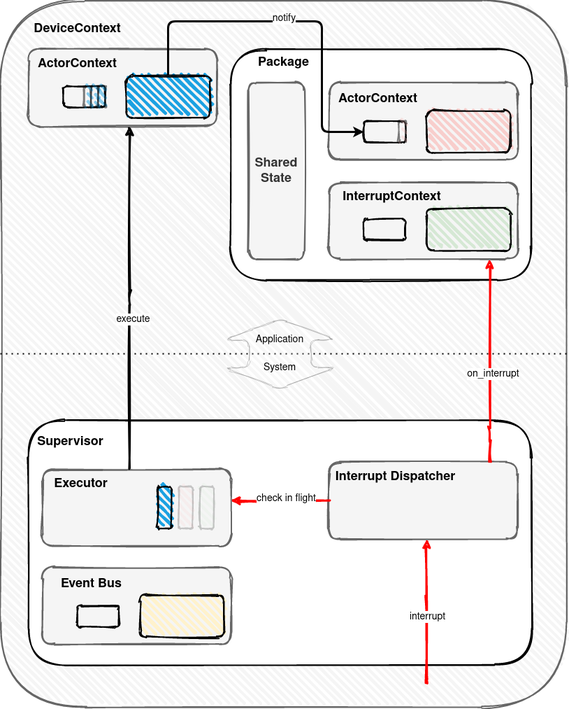
The draw.io diagram docs/modules/ROOT/images/drogue-device-actor-model.png in drogue-iot/drogue-device, before a commit. Source tidied: cells renumbered, new cells last; positions are measured from the earlier drawing's top-left corner, leaving out a move shared by most shapes.
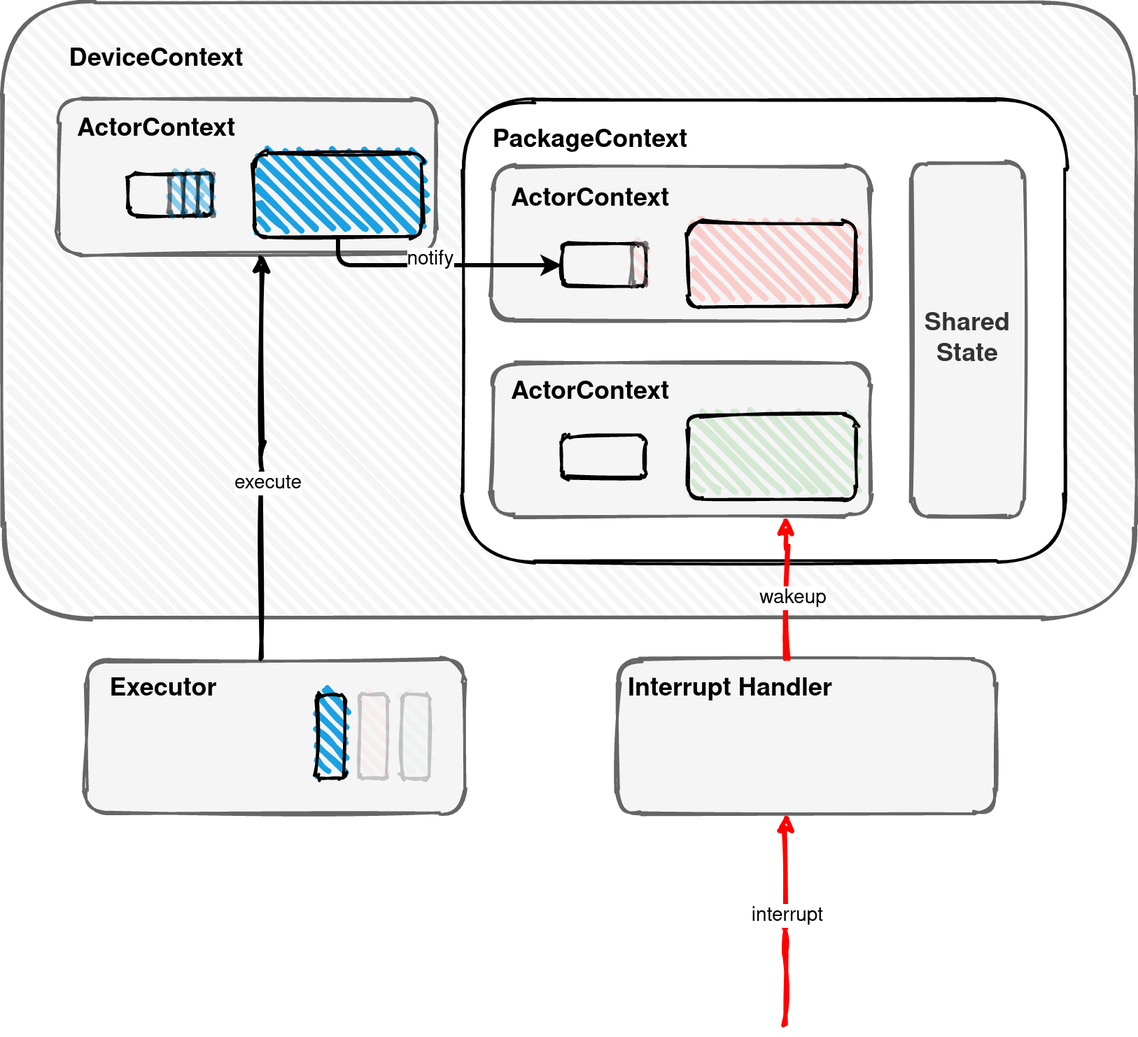
Later version of the same file.

What changed in the source:
```diff
@@ -3,13 +3,10 @@
     <mxCell id="0" />
     <mxCell id="1" parent="0" />
     <mxCell id="2" style="rounded=1;whiteSpace=wrap;html=1;strokeWidth=2;fillWeight=4;hachureGap=8;hachureAngle=45;sketch=1;shadow=0;glass=0;fillColor=#f5f5f5;strokeColor=#666666;fontColor=#333333;" parent="1" vertex="1">
-      <mxGeometry width="810" height="1010" as="geometry" />
+      <mxGeometry width="810" height="440" as="geometry" />
     </mxCell>
-    <mxCell id="3" style="rounded=1;whiteSpace=wrap;html=1;strokeWidth=2;fillWeight=4;hachureGap=8;hachureAngle=45;sketch=1;shadow=0;glass=0;" parent="1" vertex="1">
-      <mxGeometry x="40" y="600" width="720" height="350" as="geometry" />
-    </mxCell>
     <mxCell id="4" style="rounded=1;whiteSpace=wrap;html=1;strokeWidth=2;fillWeight=4;hachureGap=8;hachureAngle=45;sketch=1;shadow=0;glass=0;fillColor=#f5f5f5;strokeColor=#666666;fontColor=#333333;fillStyle=solid;" parent="1" vertex="1">
-      <mxGeometry x="60" y="670" width="270" height="110" as="geometry" />
+      <mxGeometry x="60" y="470" width="270" height="110" as="geometry" />
     </mxCell>
     <mxCell id="5" value="&lt;font style=&quot;font-size: 18px&quot;&gt;DeviceContext&lt;/font&gt;" style="text;strokeColor=none;fillColor=none;html=1;fontSize=24;fontStyle=1;verticalAlign=middle;align=center;" parent="1" vertex="1">
       <mxGeometry x="60" y="20" width="100" height="40" as="geometry" />
@@ -18,10 +15,10 @@
       <mxGeometry x="330" y="70" width="430" height="330" as="geometry" />
     </mxCell>
     <mxCell id="7" style="rounded=1;whiteSpace=wrap;html=1;strokeWidth=2;fillWeight=4;hachureGap=8;hachureAngle=45;sketch=1;shadow=0;glass=0;fillStyle=solid;fillColor=#f5f5f5;strokeColor=#666666;fontColor=#333333;" parent="1" vertex="1">
-      <mxGeometry x="470" y="117.5" width="270" height="110" as="geometry" />
+      <mxGeometry x="350" y="117.5" width="270" height="110" as="geometry" />
     </mxCell>
     <mxCell id="8" style="rounded=1;whiteSpace=wrap;html=1;strokeWidth=2;fillWeight=4;hachureGap=8;hachureAngle=45;sketch=1;shadow=0;glass=0;fillStyle=solid;fillColor=#f5f5f5;strokeColor=#666666;fontColor=#333333;" parent="1" vertex="1">
-      <mxGeometry x="470" y="260" width="270" height="110" as="geometry" />
+      <mxGeometry x="350" y="257.5" width="270" height="110" as="geometry" />
     </mxCell>
     <mxCell id="9" style="rounded=1;whiteSpace=wrap;html=1;strokeWidth=2;fillWeight=4;hachureGap=8;hachureAngle=45;sketch=1;shadow=0;glass=0;fillColor=#f5f5f5;strokeColor=#666666;fontColor=#333333;fillStyle=solid;" parent="1" vertex="1">
       <mxGeometry x="40" y="70" width="270" height="110" as="geometry" />
@@ -45,52 +42,49 @@
       <mxGeometry x="120" y="122.5" width="10" height="30" as="geometry" />
     </mxCell>
     <mxCell id="16" style="rounded=1;whiteSpace=wrap;html=1;strokeWidth=2;fillWeight=4;hachureGap=8;hachureAngle=45;fillColor=#d5e8d4;sketch=1;fillStyle=auto;" parent="1" vertex="1">
-      <mxGeometry x="610" y="297.5" width="120" height="60" as="geometry" />
+      <mxGeometry x="490" y="295" width="120" height="60" as="geometry" />
     </mxCell>
-    <mxCell id="17" value="&lt;font style=&quot;font-size: 18px&quot;&gt;InterruptContext&lt;/font&gt;" style="text;strokeColor=none;fillColor=none;html=1;fontSize=24;fontStyle=1;verticalAlign=middle;align=center;" parent="1" vertex="1">
-      <mxGeometry x="510" y="260" width="100" height="40" as="geometry" />
+    <mxCell id="17" value="&lt;font style=&quot;font-size: 18px&quot;&gt;ActorContext&lt;/font&gt;" style="text;strokeColor=none;fillColor=none;html=1;fontSize=24;fontStyle=1;verticalAlign=middle;align=center;" parent="1" vertex="1">
+      <mxGeometry x="370" y="257.5" width="100" height="40" as="geometry" />
     </mxCell>
     <mxCell id="18" style="rounded=1;whiteSpace=wrap;html=1;strokeWidth=2;fillWeight=4;hachureGap=8;hachureAngle=45;fillColor=#f8cecc;sketch=1;" parent="1" vertex="1">
-      <mxGeometry x="610" y="157.5" width="120" height="60" as="geometry" />
+      <mxGeometry x="490" y="157.5" width="120" height="60" as="geometry" />
     </mxCell>
     <mxCell id="19" value="&lt;font style=&quot;font-size: 18px&quot;&gt;ActorContext&lt;/font&gt;" style="text;strokeColor=none;fillColor=none;html=1;fontSize=24;fontStyle=1;verticalAlign=middle;align=center;" parent="1" vertex="1">
-      <mxGeometry x="490" y="120" width="100" height="40" as="geometry" />
+      <mxGeometry x="370" y="120" width="100" height="40" as="geometry" />
     </mxCell>
     <mxCell id="20" style="rounded=1;whiteSpace=wrap;html=1;strokeWidth=2;fillWeight=4;hachureGap=8;hachureAngle=45;sketch=1;fillColor=none;" parent="1" vertex="1">
-      <mxGeometry x="520" y="172.5" width="60" height="30" as="geometry" />
+      <mxGeometry x="400" y="172.5" width="60" height="30" as="geometry" />
     </mxCell>
     <mxCell id="21" style="rounded=1;whiteSpace=wrap;html=1;strokeWidth=2;fillWeight=4;hachureGap=8;hachureAngle=45;sketch=1;fillColor=#f8cecc;opacity=50;" parent="1" vertex="1">
-      <mxGeometry x="570" y="172.5" width="10" height="30" as="geometry" />
+      <mxGeometry x="450" y="172.5" width="10" height="30" as="geometry" />
     </mxCell>
     <mxCell id="22" style="rounded=1;whiteSpace=wrap;html=1;strokeWidth=2;fillWeight=4;hachureGap=8;hachureAngle=45;sketch=1;fillColor=none;" parent="1" vertex="1">
-      <mxGeometry x="520" y="312.5" width="60" height="30" as="geometry" />
+      <mxGeometry x="400" y="310" width="60" height="30" as="geometry" />
     </mxCell>
-    <mxCell id="23" value="&lt;font style=&quot;font-size: 18px&quot;&gt;Package&lt;/font&gt;" style="text;strokeColor=none;fillColor=none;html=1;fontSize=24;fontStyle=1;verticalAlign=middle;align=center;" parent="1" vertex="1">
-      <mxGeometry x="355" y="67.5" width="100" height="40" as="geometry" />
+    <mxCell id="23" value="&lt;font style=&quot;font-size: 18px&quot;&gt;PackageContext&lt;/font&gt;" style="text;strokeColor=none;fillColor=none;html=1;fontSize=24;fontStyle=1;verticalAlign=middle;align=center;" parent="1" vertex="1">
+      <mxGeometry x="370" y="77.5" width="100" height="40" as="geometry" />
     </mxCell>
     <mxCell id="24" value="&lt;div&gt;&lt;font style=&quot;font-size: 18px&quot;&gt;&lt;b&gt;Shared&lt;/b&gt;&lt;/font&gt;&lt;/div&gt;&lt;div&gt;&lt;font style=&quot;font-size: 18px&quot;&gt;&lt;b&gt;State&lt;/b&gt;&lt;/font&gt;&lt;/div&gt;" style="rounded=1;whiteSpace=wrap;html=1;strokeWidth=2;fillWeight=4;hachureGap=8;hachureAngle=45;sketch=1;shadow=0;glass=0;fillStyle=solid;fillColor=#f5f5f5;strokeColor=#666666;fontColor=#333333;" parent="1" vertex="1">
-      <mxGeometry x="355" y="117.5" width="80" height="252.5" as="geometry" />
+      <mxGeometry x="650" y="115" width="80" height="252.5" as="geometry" />
     </mxCell>
-    <mxCell id="25" value="&lt;font style=&quot;font-size: 18px&quot;&gt;Supervisor&lt;/font&gt;" style="text;strokeColor=none;fillColor=none;html=1;fontSize=24;fontStyle=1;verticalAlign=middle;align=center;" parent="1" vertex="1">
-      <mxGeometry x="50" y="610" width="100" height="40" as="geometry" />
-    </mxCell>
     <mxCell id="26" value="&lt;font style=&quot;font-size: 18px&quot;&gt;Executor&lt;/font&gt;" style="text;strokeColor=none;fillColor=none;html=1;fontSize=24;fontStyle=1;verticalAlign=middle;align=center;" parent="1" vertex="1">
-      <mxGeometry x="65" y="670" width="100" height="40" as="geometry" />
+      <mxGeometry x="65" y="470" width="100" height="40" as="geometry" />
     </mxCell>
     <mxCell id="27" style="rounded=1;whiteSpace=wrap;html=1;strokeWidth=2;fillWeight=4;hachureGap=8;hachureAngle=45;fillColor=#1ba1e2;sketch=1;" parent="1" vertex="1">
-      <mxGeometry x="225" y="695" width="20" height="60" as="geometry" />
+      <mxGeometry x="225" y="495" width="20" height="60" as="geometry" />
     </mxCell>
     <mxCell id="28" style="rounded=1;whiteSpace=wrap;html=1;strokeWidth=2;fillWeight=4;hachureGap=8;hachureAngle=45;fillColor=#f8cecc;sketch=1;opacity=20;" parent="1" vertex="1">
-      <mxGeometry x="255" y="695" width="20" height="60" as="geometry" />
+      <mxGeometry x="255" y="495" width="20" height="60" as="geometry" />
     </mxCell>
     <mxCell id="29" style="rounded=1;whiteSpace=wrap;html=1;strokeWidth=2;fillWeight=4;hachureGap=8;hachureAngle=45;fillColor=#d5e8d4;sketch=1;fillStyle=auto;opacity=20;" parent="1" vertex="1">
-      <mxGeometry x="285" y="695" width="20" height="60" as="geometry" />
+      <mxGeometry x="285" y="495" width="20" height="60" as="geometry" />
     </mxCell>
     <mxCell id="30" style="rounded=1;whiteSpace=wrap;html=1;strokeWidth=2;fillWeight=4;hachureGap=8;hachureAngle=45;sketch=1;shadow=0;glass=0;fillColor=#f5f5f5;strokeColor=#666666;fontColor=#333333;fillStyle=solid;" parent="1" vertex="1">
-      <mxGeometry x="470" y="660" width="270" height="110" as="geometry" />
+      <mxGeometry x="440" y="470" width="270" height="110" as="geometry" />
     </mxCell>
-    <mxCell id="31" value="&lt;font style=&quot;font-size: 18px&quot;&gt;Interrupt Dispatcher&lt;/font&gt;" style="text;strokeColor=none;fillColor=none;html=1;fontSize=24;fontStyle=1;verticalAlign=middle;align=center;" parent="1" vertex="1">
-      <mxGeometry x="515" y="660" width="100" height="40" as="geometry" />
+    <mxCell id="31" value="&lt;font style=&quot;font-size: 18px&quot;&gt;Interrupt Handler&lt;/font&gt;" style="text;strokeColor=none;fillColor=none;html=1;fontSize=24;fontStyle=1;verticalAlign=middle;align=center;" parent="1" vertex="1">
+      <mxGeometry x="470" y="470" width="100" height="40" as="geometry" />
     </mxCell>
     <mxCell id="32" style="edgeStyle=elbowEdgeStyle;elbow=horizontal;endArrow=classic;html=1;sketch=1;jumpSize=6;strokeWidth=3;" parent="1" edge="1" source="4" target="9">
       <mxGeometry relative="1" as="geometry" />
@@ -100,68 +94,33 @@
     </mxCell>
     <mxCell id="34" style="edgeStyle=elbowEdgeStyle;elbow=horizontal;endArrow=classic;html=1;sketch=1;jumpSize=6;strokeWidth=3;strokeColor=#FF0000;" parent="1" edge="1" target="30">
       <mxGeometry relative="1" as="geometry">
-        <mxPoint x="610" y="849.6" as="sourcePoint" />
+        <mxPoint x="560" y="730" as="sourcePoint" />
         <Array as="points">
+          <mxPoint x="560" y="670" />
           <mxPoint x="610" y="980" />
         </Array>
       </mxGeometry>
     </mxCell>
     <mxCell id="35" value="interrupt" style="edgeLabel;html=1;align=center;verticalAlign=middle;fontSize=14;" parent="34" vertex="1">
       <mxGeometry x="-0.12" y="-4" relative="1" as="geometry">
-        <mxPoint x="-4" y="-80.4" as="offset" />
+        <mxPoint x="-4" y="-11.8" as="offset" />
       </mxGeometry>
     </mxCell>
-    <mxCell id="36" style="edgeStyle=elbowEdgeStyle;elbow=horizontal;endArrow=classic;html=1;sketch=1;jumpSize=6;strokeWidth=3;strokeColor=#FF0000;" parent="1" edge="1" source="30" target="4">
-      <mxGeometry relative="1" as="geometry">
-        <Array as="points">
-          <mxPoint x="380" y="715" />
-          <mxPoint x="450.4" y="400" />
-        </Array>
-      </mxGeometry>
-    </mxCell>
-    <mxCell id="37" value="check in flight" style="edgeLabel;html=1;align=center;verticalAlign=middle;fontSize=14;" parent="36" vertex="1">
-      <mxGeometry x="-0.12" y="-4" relative="1" as="geometry" />
-    </mxCell>
     <mxCell id="38" style="edgeStyle=elbowEdgeStyle;elbow=horizontal;endArrow=classic;html=1;sketch=1;jumpSize=6;strokeWidth=3;strokeColor=#FF0000;" parent="1" edge="1" source="30" target="8">
       <mxGeometry relative="1" as="geometry">
         <Array as="points">
+          <mxPoint x="560" y="380" />
           <mxPoint x="700" y="620" />
         </Array>
       </mxGeometry>
     </mxCell>
-    <mxCell id="39" value="on_interrupt" style="edgeLabel;html=1;align=center;verticalAlign=middle;fontSize=14;" parent="38" vertex="1">
+    <mxCell id="39" value="wakeup" style="edgeLabel;html=1;align=center;verticalAlign=middle;fontSize=14;" parent="38" vertex="1">
       <mxGeometry x="-0.12" y="-4" relative="1" as="geometry" />
     </mxCell>
-    <mxCell id="40" style="endArrow=none;dashed=1;html=1;dashPattern=1 3;strokeWidth=2;fontSize=14;entryX=1;entryY=0.5;entryDx=0;entryDy=0;exitX=0;exitY=0.5;exitDx=0;exitDy=0;" parent="1" edge="1" source="2" target="2">
-      <mxGeometry relative="1" as="geometry" />
-    </mxCell>
-    <mxCell id="41" style="rounded=1;whiteSpace=wrap;html=1;strokeWidth=2;fillWeight=4;hachureGap=8;hachureAngle=45;sketch=1;shadow=0;glass=0;fillStyle=solid;fillColor=#f5f5f5;strokeColor=#666666;fontColor=#333333;" parent="1" vertex="1">
-      <mxGeometry x="60" y="810" width="270" height="110" as="geometry" />
-    </mxCell>
-    <mxCell id="42" style="rounded=1;whiteSpace=wrap;html=1;strokeWidth=2;fillWeight=4;hachureGap=8;hachureAngle=45;fillColor=#fff2cc;sketch=1;" parent="1" vertex="1">
-      <mxGeometry x="200" y="850" width="120" height="60" as="geometry" />
-    </mxCell>
-    <mxCell id="43" value="&lt;font style=&quot;font-size: 18px&quot;&gt;Event Bus&lt;br&gt;&lt;/font&gt;" style="text;strokeColor=none;fillColor=none;html=1;fontSize=24;fontStyle=1;verticalAlign=middle;align=center;" parent="1" vertex="1">
-      <mxGeometry x="80" y="812.5" width="100" height="40" as="geometry" />
-    </mxCell>
-    <mxCell id="44" style="rounded=1;whiteSpace=wrap;html=1;strokeWidth=2;fillWeight=4;hachureGap=8;hachureAngle=45;sketch=1;fillColor=none;" parent="1" vertex="1">
-      <mxGeometry x="110" y="865" width="60" height="30" as="geometry" />
-    </mxCell>
-    <mxCell id="45" style="shape=doubleArrow;direction=south;whiteSpace=wrap;html=1;rounded=1;shadow=0;glass=0;sketch=1;strokeColor=#000000;strokeWidth=1;fillColor=#ffffff;gradientColor=none;fontSize=14;opacity=20;arrowWidth=0.5553571428571423;arrowSize=0.30285714285714166;" parent="1" vertex="1">
-      <mxGeometry x="320" y="455" width="160" height="100" as="geometry" />
-    </mxCell>
-    <mxCell id="46" value="Application" style="text;html=1;strokeColor=none;fillColor=none;align=center;verticalAlign=middle;whiteSpace=wrap;rounded=0;shadow=0;glass=0;sketch=1;fontSize=14;opacity=20;" parent="1" vertex="1">
-      <mxGeometry x="380" y="475" width="40" height="20" as="geometry" />
-    </mxCell>
-    <mxCell id="47" value="System" style="text;html=1;strokeColor=none;fillColor=none;align=center;verticalAlign=middle;whiteSpace=wrap;rounded=0;shadow=0;glass=0;sketch=1;fontSize=14;opacity=20;" parent="1" vertex="1">
-      <mxGeometry x="380" y="515" width="40" height="20" as="geometry" />
-    </mxCell>
     <mxCell id="48" style="edgeStyle=segmentEdgeStyle;endArrow=classic;html=1;strokeWidth=3;fontSize=14;" parent="1" edge="1" source="10" target="20">
       <mxGeometry relative="1" as="geometry">
         <Array as="points">
-          <mxPoint x="240" y="30" />
-          <mxPoint x="460" y="30" />
-          <mxPoint x="460" y="188" />
+          <mxPoint x="240" y="188" />
         </Array>
       </mxGeometry>
     </mxCell>
```
